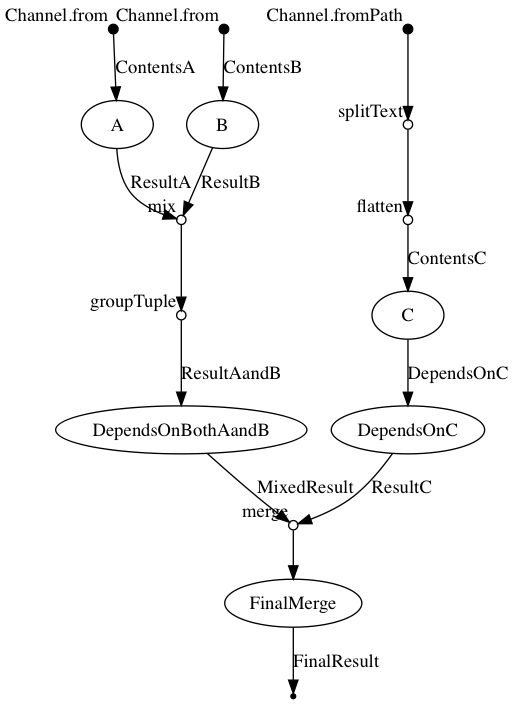
Earlier version of the Graphviz export graph.png (sinonkt/test-nf). Its source is kept beside it as graph.dot. Source of this version:
```dot
digraph "graph" {
p0 [shape=point,label="",fixedsize=true,width=0.1,xlabel="Channel.from"];
p5 [label="A"];
p0 -> p5 [label="ContentsA"];

p1 [shape=point,label="",fixedsize=true,width=0.1,xlabel="Channel.from"];
p6 [label="B"];
p1 -> p6 [label="ContentsB"];

p2 [shape=point,label="",fixedsize=true,width=0.1,xlabel="Channel.fromPath"];
p3 [shape=circle,label="",fixedsize=true,width=0.1,xlabel="splitText"];
p2 -> p3;

p3 [shape=circle,label="",fixedsize=true,width=0.1,xlabel="splitText"];
p4 [shape=circle,label="",fixedsize=true,width=0.1,xlabel="flatten"];
p3 -> p4;

p4 [shape=circle,label="",fixedsize=true,width=0.1,xlabel="flatten"];
p7 [label="C"];
p4 -> p7 [label="ContentsC"];

p5 [label="A"];
p8 [shape=circle,label="",fixedsize=true,width=0.1,xlabel="mix"];
p5 -> p8 [label="ResultA"];

p6 [label="B"];
p8 [shape=circle,label="",fixedsize=true,width=0.1,xlabel="mix"];
p6 -> p8 [label="ResultB"];

p7 [label="C"];
p11 [label="DependsOnC"];
p7 -> p11 [label="DependsOnC"];

p8 [shape=circle,label="",fixedsize=true,width=0.1,xlabel="mix"];
p9 [shape=circle,label="",fixedsize=true,width=0.1,xlabel="groupTuple"];
p8 -> p9;

p9 [shape=circle,label="",fixedsize=true,width=0.1,xlabel="groupTuple"];
p10 [label="DependsOnBothAandB"];
p9 -> p10 [label="ResultAandB"];

p10 [label="DependsOnBothAandB"];
p12 [shape=circle,label="",fixedsize=true,width=0.1,xlabel="merge"];
p10 -> p12 [label="MixedResult"];

p11 [label="DependsOnC"];
p12 [shape=circle,label="",fixedsize=true,width=0.1,xlabel="merge"];
p11 -> p12 [label="ResultC"];

p12 [shape=circle,label="",fixedsize=true,width=0.1,xlabel="merge"];
p13 [label="FinalMerge"];
p12 -> p13;

p13 [label="FinalMerge"];
p14 [shape=point];
p13 -> p14 [label="FinalResult"];

}
```
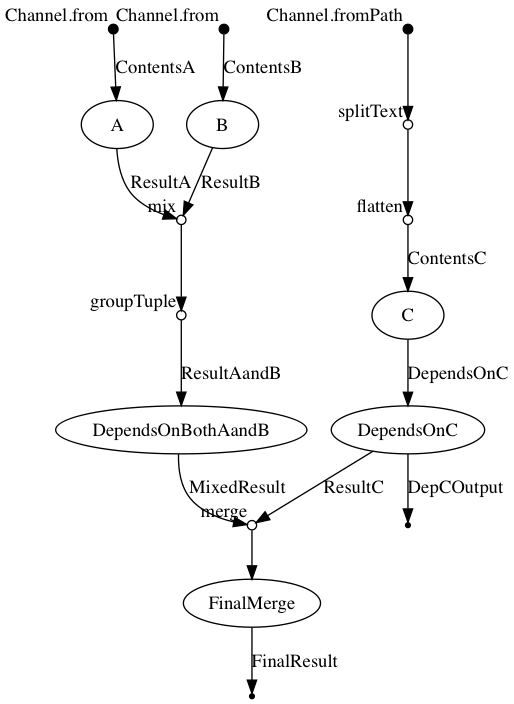
Later version of the same file.

Diff of the diagram source:
```diff
@@ -40,19 +40,23 @@
 p9 -> p10 [label="ResultAandB"];
 
 p10 [label="DependsOnBothAandB"];
-p12 [shape=circle,label="",fixedsize=true,width=0.1,xlabel="merge"];
-p10 -> p12 [label="MixedResult"];
+p13 [shape=circle,label="",fixedsize=true,width=0.1,xlabel="merge"];
+p10 -> p13 [label="MixedResult"];
 
 p11 [label="DependsOnC"];
-p12 [shape=circle,label="",fixedsize=true,width=0.1,xlabel="merge"];
-p11 -> p12 [label="ResultC"];
+p13 [shape=circle,label="",fixedsize=true,width=0.1,xlabel="merge"];
+p11 -> p13 [label="ResultC"];
 
-p12 [shape=circle,label="",fixedsize=true,width=0.1,xlabel="merge"];
-p13 [label="FinalMerge"];
-p12 -> p13;
+p11 [label="DependsOnC"];
+p12 [shape=point];
+p11 -> p12 [label="DepCOutput"];
 
-p13 [label="FinalMerge"];
-p14 [shape=point];
-p13 -> p14 [label="FinalResult"];
+p13 [shape=circle,label="",fixedsize=true,width=0.1,xlabel="merge"];
+p14 [label="FinalMerge"];
+p13 -> p14;
+
+p14 [label="FinalMerge"];
+p15 [shape=point];
+p14 -> p15 [label="FinalResult"];
 
 }
```
